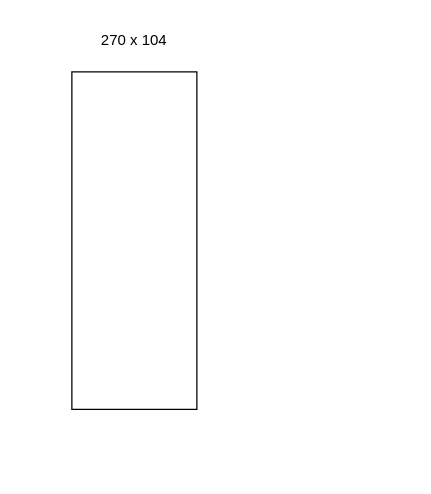
Above: Vaso.drawio in Simone000/Casa (draw.io), before the change. Source tidied: cells renumbered, new cells numbered last; positions are measured from the earlier drawing's top-left corner, leaving out a move shared by most shapes. Both pictures are drawn from the tidied source at 125%, with x=0, y=0 at pixel (71, 21).
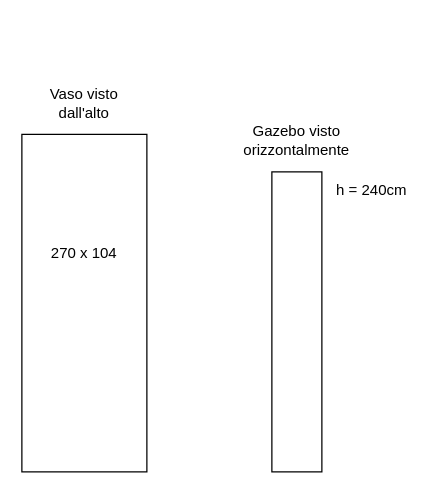
After the change.

Change to the diagram source:
```diff
@@
 <mxGraphModel>
   <root>
     <mxCell id="0" />
     <mxCell id="1" parent="0" />
     <mxCell id="2" style="rounded=0;whiteSpace=wrap;html=1;imageWidth=24;" parent="1" vertex="1">
-      <mxGeometry y="40" width="100" height="270" as="geometry" />
+      <mxGeometry x="-40" y="90" width="100" height="270" as="geometry" />
     </mxCell>
     <mxCell id="3" value="270 x 104" style="text;html=1;strokeColor=none;fillColor=none;align=center;verticalAlign=middle;whiteSpace=wrap;rounded=0;" parent="1" vertex="1">
-      <mxGeometry width="100" height="30" as="geometry" />
+      <mxGeometry x="-40" y="170" width="100" height="30" as="geometry" />
     </mxCell>
+    <mxCell id="4" value="Vaso visto dall'alto" style="text;html=1;strokeColor=none;fillColor=none;align=center;verticalAlign=middle;whiteSpace=wrap;rounded=0;" parent="1" vertex="1">
+      <mxGeometry x="-20" y="50" width="60" height="30" as="geometry" />
+    </mxCell>
+    <mxCell id="5" style="rounded=0;whiteSpace=wrap;html=1;" parent="1" vertex="1">
+      <mxGeometry x="160" y="120" width="40" height="240" as="geometry" />
+    </mxCell>
+    <mxCell id="6" value="Gazebo visto orizzontalmente" style="text;html=1;strokeColor=none;fillColor=none;align=center;verticalAlign=middle;whiteSpace=wrap;rounded=0;" parent="1" vertex="1">
+      <mxGeometry x="150" y="80" width="60" height="30" as="geometry" />
+    </mxCell>
+    <mxCell id="7" value="h = 240cm" style="text;html=1;strokeColor=none;fillColor=none;align=center;verticalAlign=middle;whiteSpace=wrap;rounded=0;" parent="1" vertex="1">
+      <mxGeometry x="210" y="120" width="60" height="30" as="geometry" />
+    </mxCell>
   </root>
 </mxGraphModel>
```
